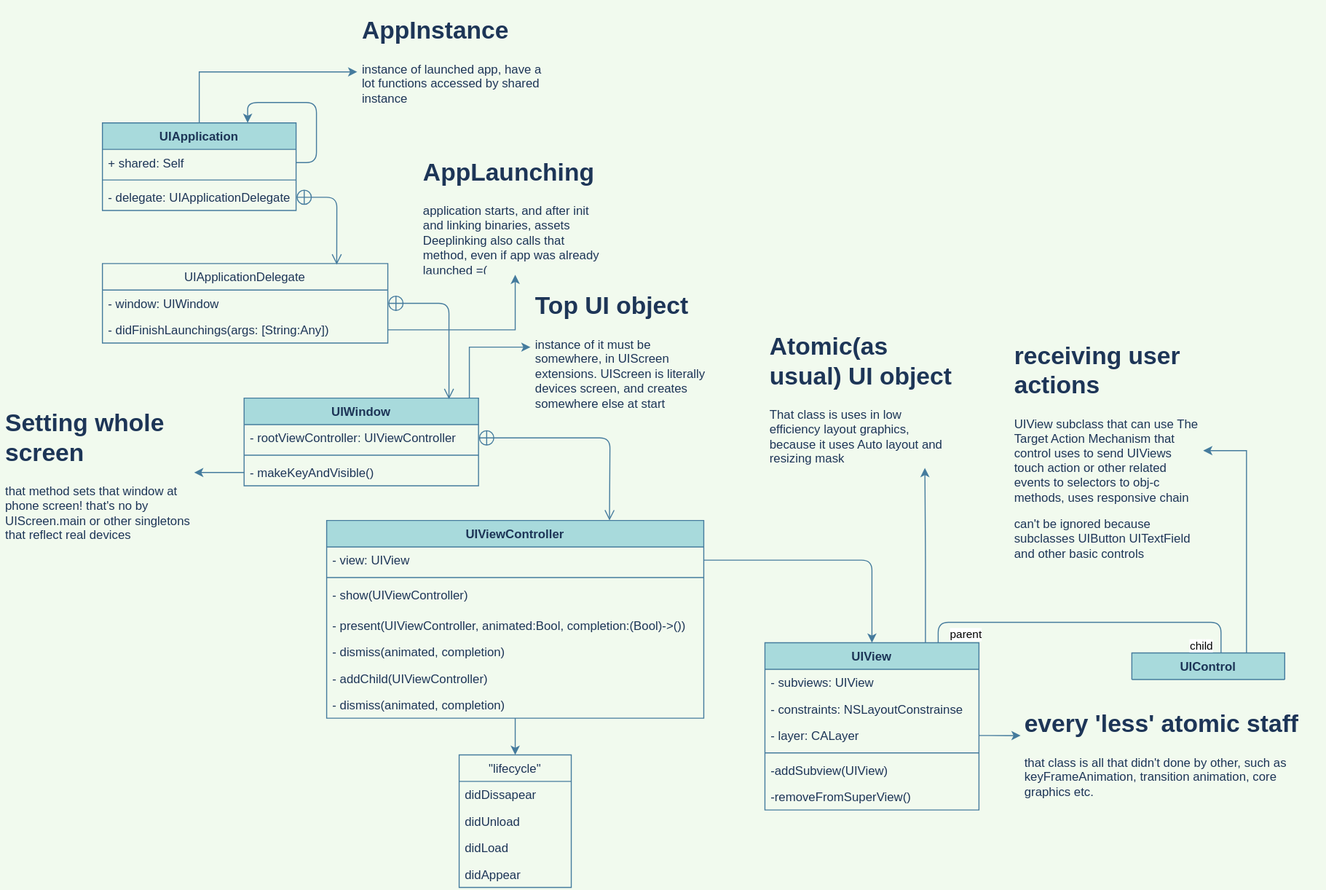
The draw.io diagram UIKit_iOS.svg in rostikjooo/MacOSBootstrap, before a commit. Source tidied: cells renumbered, new cells last; positions are measured from the earlier drawing's top-left corner, leaving out a move shared by most shapes.
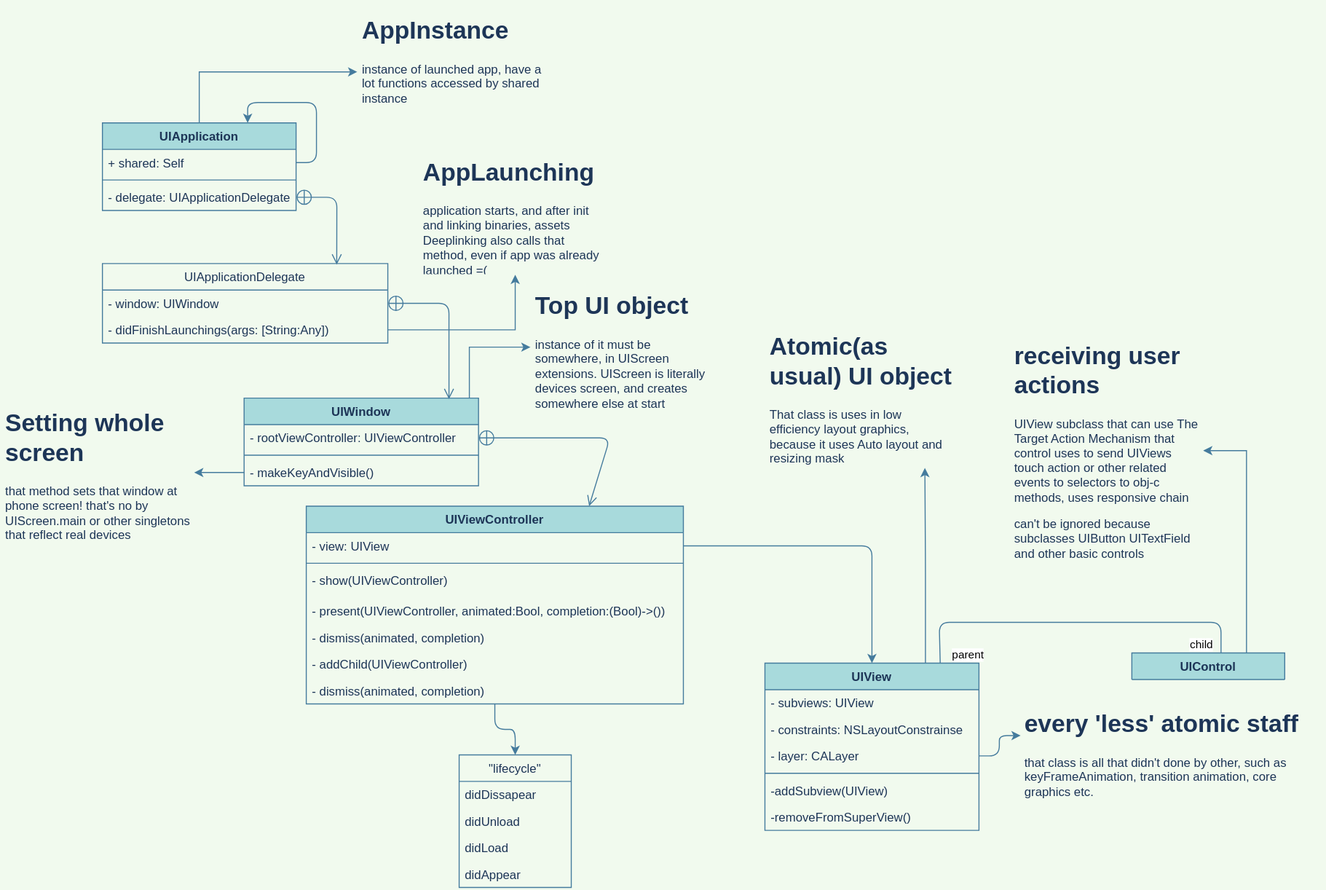
After the commit.

Diff of the diagram source:
```diff
@@ -55,7 +55,7 @@
       <mxGeometry y="60" width="230" height="26" as="geometry" />
     </mxCell>
     <mxCell id="16" value="UIViewController" style="swimlane;fontStyle=1;align=center;verticalAlign=top;horizontal=1;startSize=26;fillColor=#A8DADC;strokeColor=#457B9D;fontColor=#1D3557;" parent="1" vertex="1">
-      <mxGeometry x="320" y="500" width="370" height="194" as="geometry" />
+      <mxGeometry x="300" y="486" width="370" height="194" as="geometry" />
     </mxCell>
     <mxCell id="17" value="- view: UIView" style="text;strokeColor=none;fillColor=none;align=left;verticalAlign=top;spacingLeft=4;spacingRight=4;overflow=hidden;points=[[0,0.5],[1,0.5]];portConstraint=eastwest;fontColor=#1D3557;" parent="16" vertex="1">
       <mxGeometry y="26" width="370" height="26" as="geometry" />
@@ -118,7 +118,7 @@
       <mxGeometry relative="1" as="geometry" />
     </mxCell>
     <mxCell id="37" value="UIView" style="swimlane;fontStyle=1;align=center;verticalAlign=top;horizontal=1;startSize=26;fillColor=#A8DADC;strokeColor=#457B9D;fontColor=#1D3557;" parent="1" vertex="1">
-      <mxGeometry x="750" y="620" width="210" height="164" as="geometry" />
+      <mxGeometry x="750" y="640" width="210" height="164" as="geometry" />
     </mxCell>
     <mxCell id="38" value="- subviews: UIView" style="text;strokeColor=none;fillColor=none;align=left;verticalAlign=top;spacingLeft=4;spacingRight=4;overflow=hidden;fontColor=#1D3557;" parent="37" vertex="1">
       <mxGeometry y="26" width="210" height="26" as="geometry" />
@@ -159,13 +159,13 @@
     <mxCell id="50" style="edgeStyle=orthogonalEdgeStyle;curved=0;rounded=1;sketch=0;jettySize=auto;html=1;exitX=0;exitY=0.5;exitDx=0;exitDy=0;strokeColor=#457B9D;fillColor=#A8DADC;fontColor=#1D3557;entryX=1;entryY=0.5;entryDx=0;entryDy=0;" parent="1" edge="1" source="15" target="34">
       <mxGeometry relative="1" as="geometry" />
     </mxCell>
-    <mxCell id="51" style="endArrow=none;html=1;edgeStyle=orthogonalEdgeStyle;strokeColor=#457B9D;fillColor=#A8DADC;fontColor=#1D3557;entryX=0.5;entryY=0;entryDx=0;entryDy=0;exitX=0.75;exitY=0;exitDx=0;exitDy=0;" parent="1" edge="1">
+    <mxCell id="51" style="endArrow=none;html=1;edgeStyle=orthogonalEdgeStyle;strokeColor=#457B9D;fillColor=#A8DADC;fontColor=#1D3557;entryX=0.5;entryY=0;entryDx=0;entryDy=0;exitX=0.819;exitY=0;exitDx=0;exitDy=0;exitPerimeter=0;" parent="1" edge="1" source="37">
       <mxGeometry relative="1" as="geometry">
-        <mxPoint x="920" y="620" as="sourcePoint" />
         <mxPoint x="1197.5" y="630" as="targetPoint" />
         <Array as="points">
-          <mxPoint x="920.5" y="600" />
-          <mxPoint x="1197.5" y="600" />
+          <mxPoint x="921" y="640" />
+          <mxPoint x="921" y="600" />
+          <mxPoint x="1198" y="600" />
         </Array>
       </mxGeometry>
     </mxCell>
```
